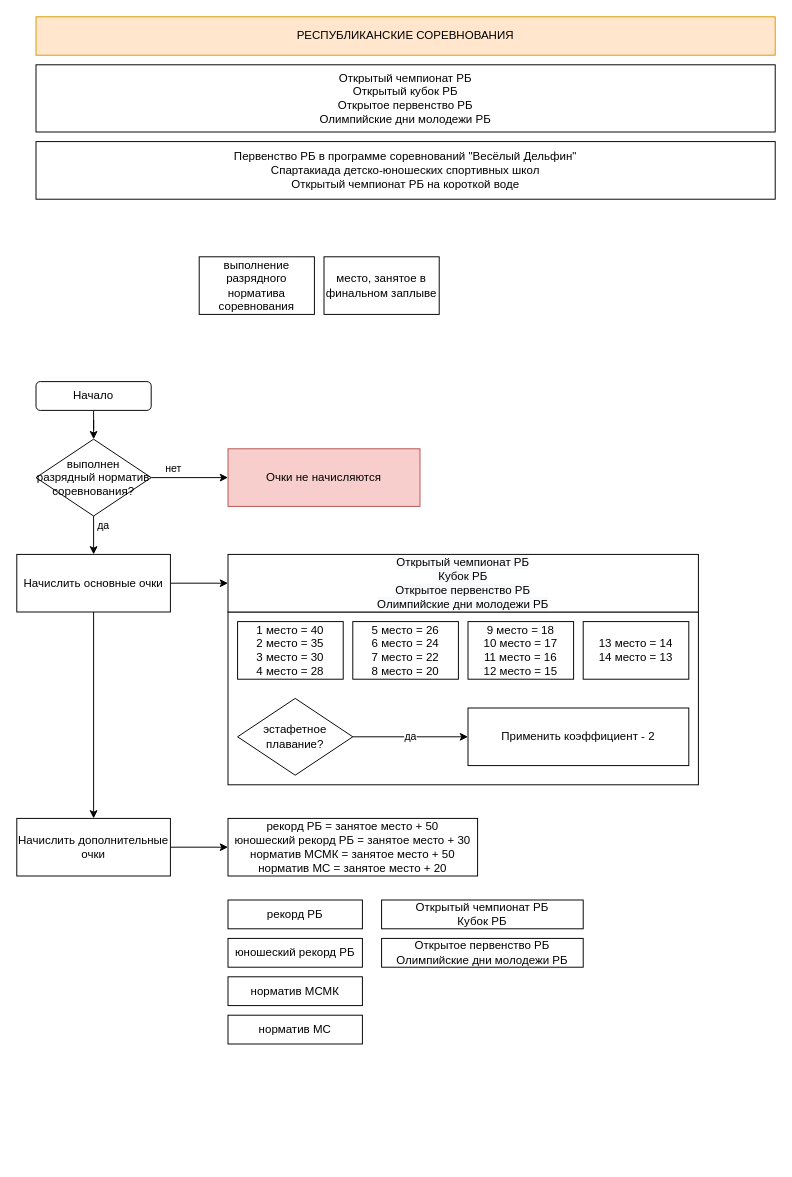
Above: Расчет очков.drawio in Buterbrod/Swimming-open (draw.io), before the change. Source tidied: cells renumbered, new cells numbered last; positions are measured from the earlier drawing's top-left corner, leaving out a move shared by most shapes. Both pictures are drawn from the tidied source at 96%, with x=0, y=0 at pixel (16, 16).
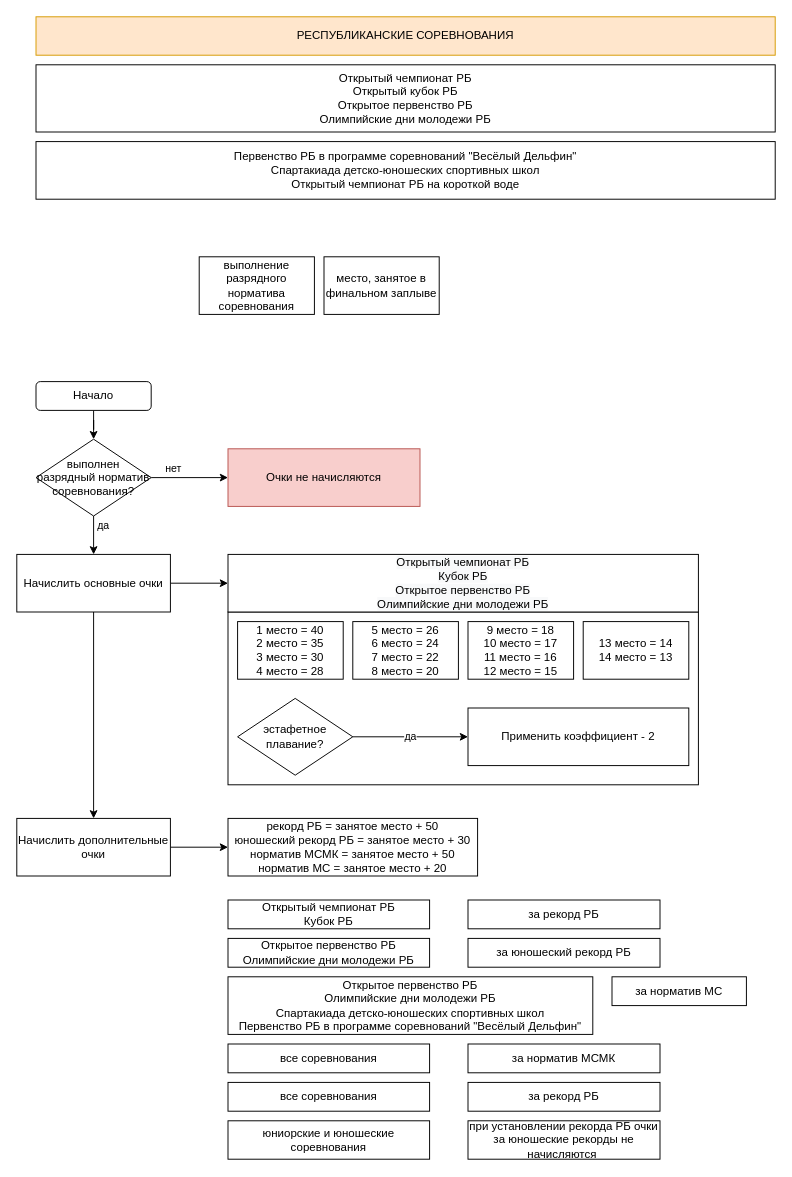
Above is the later version.

What changed in the source:
```diff
@@
-    <mxCell id="29" value="рекорд РБ" style="rounded=0;whiteSpace=wrap;html=1;verticalAlign=middle;align=center;" parent="1" vertex="1">
-      <mxGeometry x="220" y="920" width="140" height="30" as="geometry" />
+    <mxCell id="29" value="за рекорд РБ" style="rounded=0;whiteSpace=wrap;html=1;verticalAlign=middle;align=center;" parent="1" vertex="1">
+      <mxGeometry x="470" y="920" width="200" height="30" as="geometry" />
     </mxCell>
     <mxCell id="30" value="Открытый чемпионат&amp;nbsp;РБ&lt;br&gt;Кубок РБ" style="rounded=0;whiteSpace=wrap;html=1;verticalAlign=middle;align=center;" parent="1" vertex="1">
-      <mxGeometry x="380" y="920" width="210" height="30" as="geometry" />
+      <mxGeometry x="220" y="920" width="210" height="30" as="geometry" />
     </mxCell>
-    <mxCell id="31" value="юношеский рекорд РБ" style="rounded=0;whiteSpace=wrap;html=1;verticalAlign=middle;align=center;" parent="1" vertex="1">
-      <mxGeometry x="220" y="960" width="140" height="30" as="geometry" />
+    <mxCell id="31" value="за юношеский рекорд РБ" style="rounded=0;whiteSpace=wrap;html=1;verticalAlign=middle;align=center;" parent="1" vertex="1">
+      <mxGeometry x="470" y="960" width="200" height="30" as="geometry" />
     </mxCell>
-    <mxCell id="32" value="норматив МСМК" style="rounded=0;whiteSpace=wrap;html=1;verticalAlign=middle;align=center;" parent="1" vertex="1">
-      <mxGeometry x="220" y="1000" width="140" height="30" as="geometry" />
+    <mxCell id="32" value="за норматив МСМК" style="rounded=0;whiteSpace=wrap;html=1;verticalAlign=middle;align=center;" parent="1" vertex="1">
+      <mxGeometry x="470" y="1070" width="200" height="30" as="geometry" />
     </mxCell>
-    <mxCell id="33" value="норматив МС" style="rounded=0;whiteSpace=wrap;html=1;verticalAlign=middle;align=center;" parent="1" vertex="1">
-      <mxGeometry x="220" y="1040" width="140" height="30" as="geometry" />
+    <mxCell id="33" value="за норматив МС" style="rounded=0;whiteSpace=wrap;html=1;verticalAlign=middle;align=center;" parent="1" vertex="1">
+      <mxGeometry x="620" y="1000" width="140" height="30" as="geometry" />
     </mxCell>
     <mxCell id="34" value="&lt;span style=&quot;&quot;&gt;Открытое первенство РБ&lt;br&gt;Олимпийские дни молодежи РБ&lt;/span&gt;" style="rounded=0;whiteSpace=wrap;html=1;verticalAlign=middle;align=center;" parent="1" vertex="1">
-      <mxGeometry x="380" y="960" width="210" height="30" as="geometry" />
+      <mxGeometry x="220" y="960" width="210" height="30" as="geometry" />
     </mxCell>
+    <mxCell id="35" value="юниорские и юношеские соревнования" style="rounded=0;whiteSpace=wrap;html=1;verticalAlign=middle;align=center;" parent="1" vertex="1">
+      <mxGeometry x="220" y="1150" width="210" height="40" as="geometry" />
+    </mxCell>
+    <mxCell id="36" value="при установлении рекорда РБ очки за юношеские рекорды не начисляются&amp;nbsp;" style="rounded=0;whiteSpace=wrap;html=1;verticalAlign=middle;align=center;" parent="1" vertex="1">
+      <mxGeometry x="470" y="1150" width="200" height="40" as="geometry" />
+    </mxCell>
+    <mxCell id="37" value="Открытое первенство РБ&lt;br&gt;Олимпийские дни молодежи РБ&lt;br&gt;Спартакиада детско-юношеских спортивных школ&lt;br&gt;Первенство РБ в программе соревнований&amp;nbsp;&quot;Весёлый Дельфин&quot;" style="rounded=0;whiteSpace=wrap;html=1;verticalAlign=middle;align=center;" parent="1" vertex="1">
+      <mxGeometry x="220" y="1000" width="380" height="60" as="geometry" />
+    </mxCell>
+    <mxCell id="38" value="за рекорд РБ" style="rounded=0;whiteSpace=wrap;html=1;verticalAlign=middle;align=center;" parent="1" vertex="1">
+      <mxGeometry x="470" y="1110" width="200" height="30" as="geometry" />
+    </mxCell>
+    <mxCell id="39" value="все соревнования" style="rounded=0;whiteSpace=wrap;html=1;verticalAlign=middle;align=center;" parent="1" vertex="1">
+      <mxGeometry x="220" y="1070" width="210" height="30" as="geometry" />
+    </mxCell>
+    <mxCell id="40" value="все соревнования" style="rounded=0;whiteSpace=wrap;html=1;verticalAlign=middle;align=center;" parent="1" vertex="1">
+      <mxGeometry x="220" y="1110" width="210" height="30" as="geometry" />
+    </mxCell>
```
